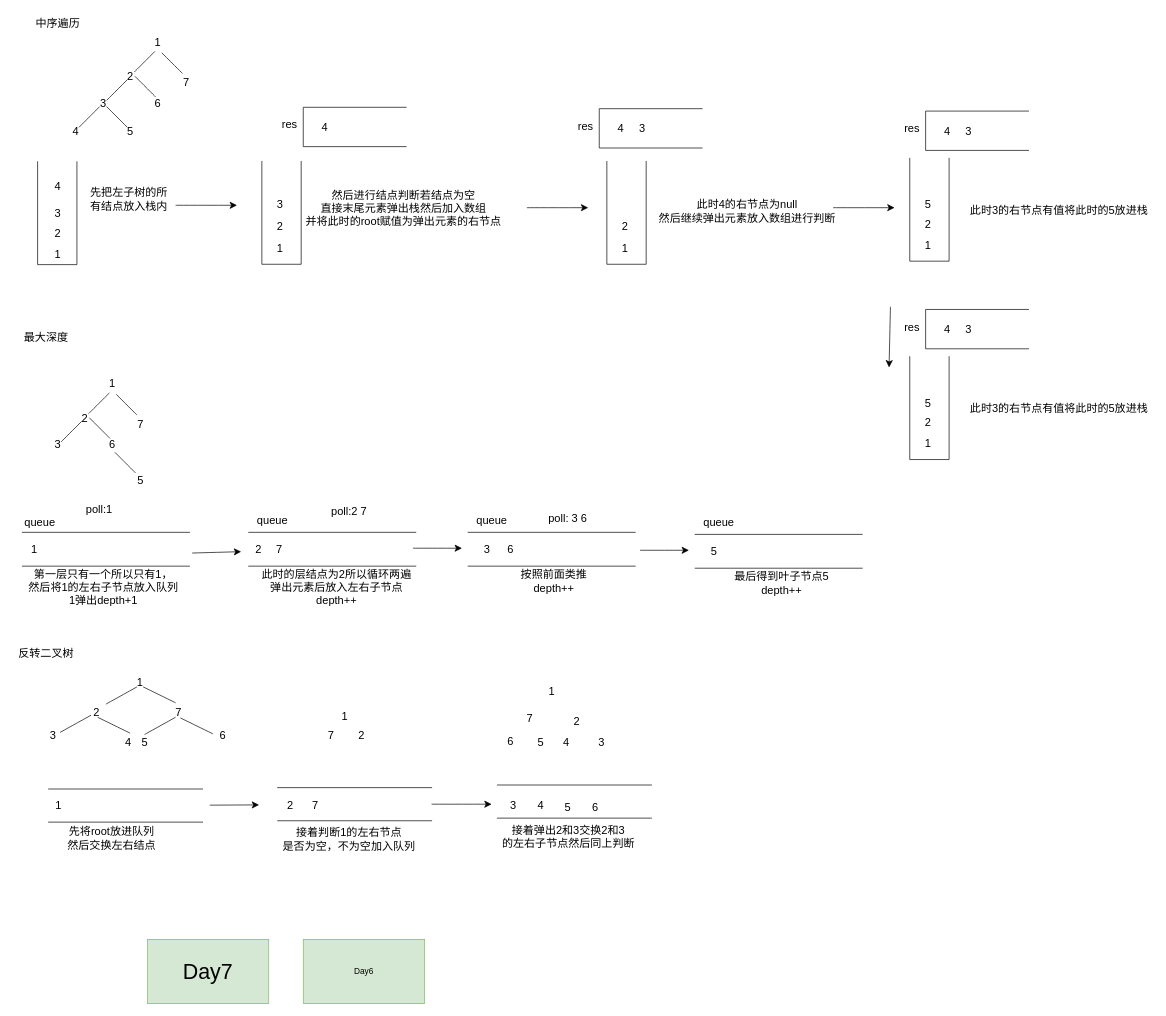
Earlier version of the draw.io diagram leetcode/leetcode.drawio (mianbaosao/drawio). Source tidied: cells renumbered, new cells numbered last; positions are measured from the earlier drawing's top-left corner, leaving out a move shared by most shapes. Both pictures are drawn from the tidied source at 69%, with x=0, y=0 at pixel (11, 12).
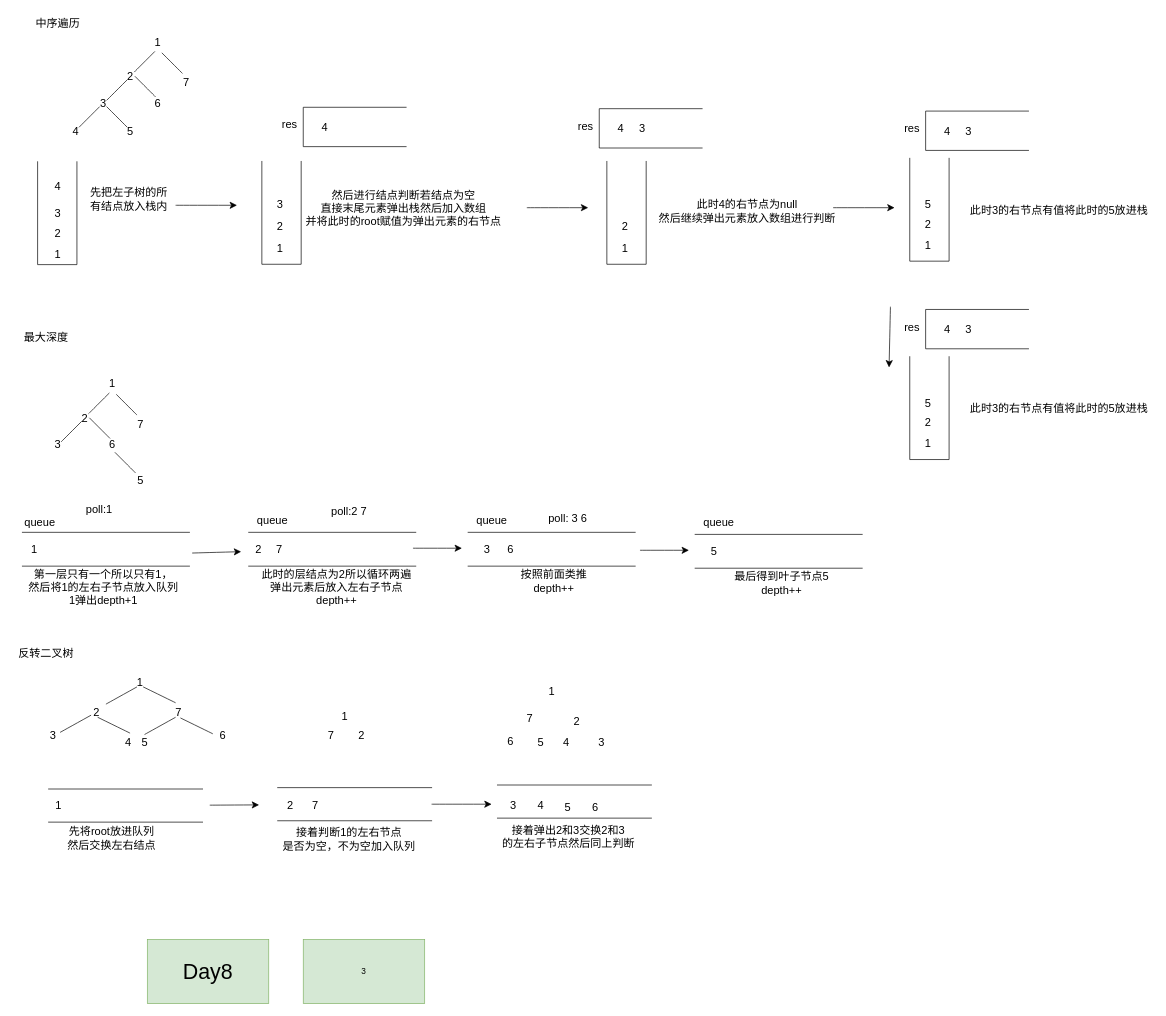
After the change.

Diff of the diagram source:
```diff
@@
-    <mxCell id="135" value="&lt;font style=&quot;font-size: 31px;&quot;&gt;Day7&lt;/font&gt;" style="rounded=0;whiteSpace=wrap;html=1;fillColor=#d5e8d4;strokeColor=#82b366;" parent="1" vertex="1">
+    <mxCell id="135" value="&lt;font style=&quot;font-size: 31px;&quot;&gt;Day8&lt;/font&gt;" style="rounded=0;whiteSpace=wrap;html=1;fillColor=#d5e8d4;strokeColor=#82b366;" parent="1" vertex="1">
       <mxGeometry x="197" y="1344" width="176" height="93" as="geometry" />
     </mxCell>
-    <mxCell id="136" value="Day6" style="rounded=0;whiteSpace=wrap;html=1;fillColor=#d5e8d4;strokeColor=#82b366;" parent="1" vertex="1">
+    <mxCell id="136" value="3" style="rounded=0;whiteSpace=wrap;html=1;fillColor=#d5e8d4;strokeColor=#82b366;" parent="1" vertex="1">
       <mxGeometry x="423" y="1344" width="176" height="93" as="geometry" />
     </mxCell>
```
